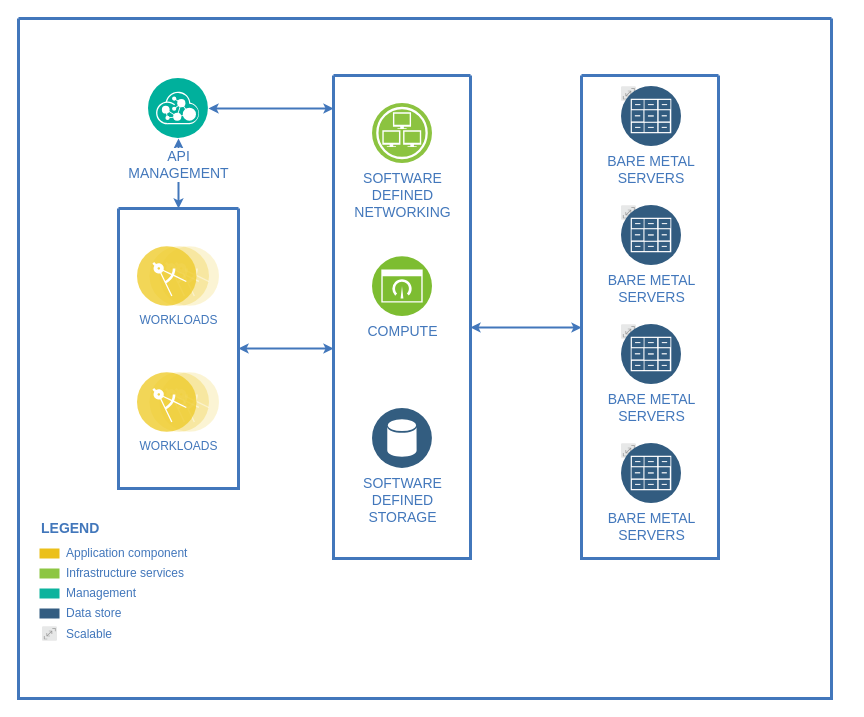
Earlier version of the draw.io diagram 标签系统.drawio (yigoC/test). Source tidied: cells renumbered, new cells numbered last; positions are measured from the earlier drawing's top-left corner, leaving out a move shared by most shapes. Both pictures are drawn from the tidied source at 100%, with x=0, y=0 at pixel (18, 18).
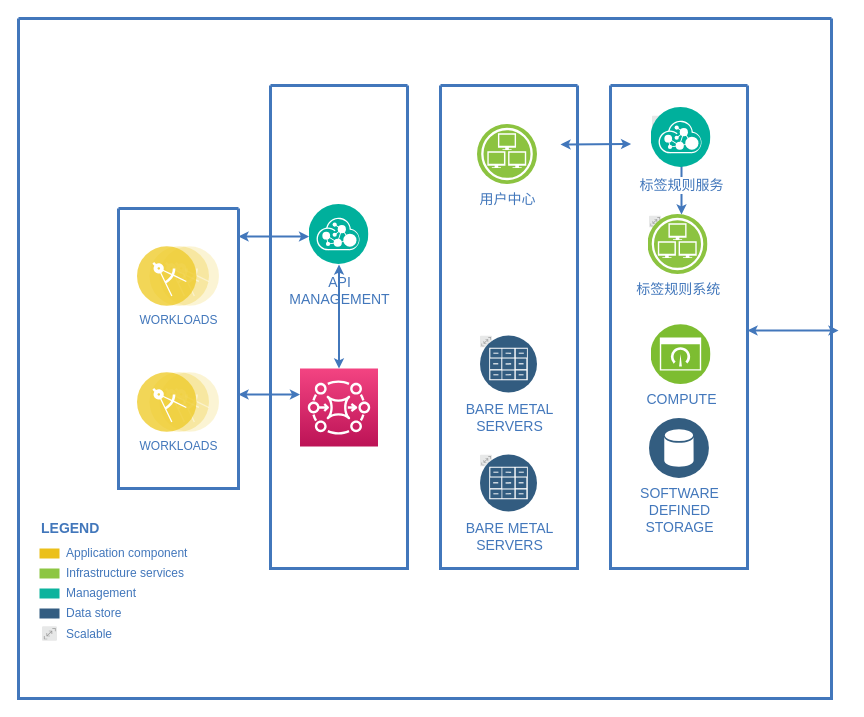
Above is the later version.

The change refers to these unchanged cells:
```xml
<mxCell id="2" style="swimlane;shadow=0;strokeColor=#4277BB;fillColor=#ffffff;fontColor=#4277BB;align=right;startSize=0;strokeWidth=3;" parent="1" vertex="1">
  <mxGeometry width="813" height="680" as="geometry" />
</mxCell>
<mxCell id="13" style="swimlane;shadow=0;strokeColor=#4277BB;fillColor=#ffffff;fontColor=#4277BB;align=right;startSize=0;strokeWidth=3;" parent="2" vertex="1">
  <mxGeometry x="100" y="190" width="120" height="280" as="geometry" />
</mxCell>
```

The edit, as a diff of the source:
```diff
@@
-    <mxCell id="3" style="edgeStyle=elbowEdgeStyle;rounded=0;elbow=vertical;html=1;labelBackgroundColor=#ffffff;startArrow=classic;startFill=1;startSize=4;endArrow=classic;endFill=1;endSize=4;jettySize=auto;strokeColor=#4277BB;strokeWidth=2;fontSize=14;fontColor=#4277BB;" parent="2" edge="1" source="12" target="16">
-      <mxGeometry relative="1" as="geometry" />
-    </mxCell>
-    <mxCell id="4" style="edgeStyle=elbowEdgeStyle;rounded=0;elbow=vertical;html=1;labelBackgroundColor=#ffffff;startArrow=classic;startFill=1;startSize=4;endArrow=classic;endFill=1;endSize=4;jettySize=auto;strokeColor=#4277BB;strokeWidth=2;fontSize=14;fontColor=#4277BB;" parent="2" edge="1" source="13" target="16">
-      <mxGeometry relative="1" as="geometry" />
+    <mxCell id="4" style="edgeStyle=elbowEdgeStyle;rounded=0;elbow=vertical;html=1;labelBackgroundColor=#ffffff;startArrow=classic;startFill=1;startSize=4;endArrow=classic;endFill=1;endSize=4;jettySize=auto;strokeColor=#4277BB;strokeWidth=2;fontSize=14;fontColor=#4277BB;" parent="2" edge="1" source="13" target="36">
+      <mxGeometry relative="1" as="geometry">
+        <Array as="points">
+          <mxPoint x="232" y="376" />
+        </Array>
+      </mxGeometry>
     </mxCell>
-    <mxCell id="5" style="edgeStyle=elbowEdgeStyle;rounded=0;elbow=vertical;html=1;entryX=0;entryY=0.522;entryPerimeter=0;labelBackgroundColor=#ffffff;startArrow=classic;startFill=1;startSize=4;endArrow=classic;endFill=1;endSize=4;jettySize=auto;strokeColor=#4277BB;strokeWidth=2;fontSize=14;fontColor=#4277BB;" parent="2" edge="1" source="16" target="20">
-      <mxGeometry relative="1" as="geometry" />
-    </mxCell>
@@
-    <mxCell id="12" value="API&lt;div&gt;MANAGEMENT&lt;/div&gt;" style="perimeter=ellipsePerimeter;html=1;align=center;shadow=0;dashed=0;image;image=img/lib/ibm/management/api_management.svg;rounded=1;labelBackgroundColor=#ffffff;strokeColor=#666666;strokeWidth=3;fillColor=#C2952D;gradientColor=none;fontSize=14;fontColor=#4277BB;spacingTop=3;" parent="2" vertex="1">
-      <mxGeometry x="130" y="60" width="60" height="60" as="geometry" />
-    </mxCell>
@@
-    <mxCell id="16" style="swimlane;shadow=0;strokeColor=#4277BB;fillColor=#ffffff;fontColor=#4277BB;align=right;startSize=0;strokeWidth=3;" parent="2" vertex="1">
-      <mxGeometry x="315" y="57" width="137" height="483" as="geometry" />
-    </mxCell>
-    <mxCell id="17" value="SOFTWARE&lt;div&gt;DEFINED&lt;/div&gt;&lt;div&gt;NETWORKING&lt;/div&gt;" style="perimeter=ellipsePerimeter;html=1;align=center;shadow=0;dashed=0;image;image=img/lib/ibm/infrastructure/infrastructure_services.svg;rounded=1;labelBackgroundColor=#ffffff;strokeColor=#666666;strokeWidth=3;fillColor=#C2952D;gradientColor=none;fontSize=14;fontColor=#4277BB;" parent="16" vertex="1">
-      <mxGeometry x="39" y="28" width="60" height="60" as="geometry" />
-    </mxCell>
-    <mxCell id="18" value="COMPUTE" style="perimeter=ellipsePerimeter;html=1;align=center;shadow=0;dashed=0;image;image=img/lib/ibm/infrastructure/dashboard.svg;rounded=1;labelBackgroundColor=#ffffff;strokeColor=#666666;strokeWidth=3;fillColor=#C2952D;gradientColor=none;fontSize=14;fontColor=#4277BB;" parent="16" vertex="1">
-      <mxGeometry x="39" y="181" width="60" height="60" as="geometry" />
-    </mxCell>
-    <mxCell id="19" value="SOFTWARE&lt;div&gt;DEFINED&lt;/div&gt;&lt;div&gt;STORAGE&lt;/div&gt;" style="perimeter=ellipsePerimeter;html=1;align=center;shadow=0;dashed=0;image;image=img/lib/ibm/data/data_services.svg;rounded=1;labelBackgroundColor=#ffffff;strokeColor=#666666;strokeWidth=3;fillColor=#C2952D;gradientColor=none;fontSize=14;fontColor=#4277BB;" parent="16" vertex="1">
-      <mxGeometry x="39" y="333" width="60" height="60" as="geometry" />
-    </mxCell>
     <mxCell id="20" style="swimlane;shadow=0;strokeColor=#4277BB;fillColor=#ffffff;fontColor=#4277BB;align=right;startSize=0;strokeWidth=3;" parent="2" vertex="1">
-      <mxGeometry x="563" y="57" width="137" height="483" as="geometry" />
+      <mxGeometry x="422" y="67" width="137" height="483" as="geometry" />
     </mxCell>
-    <mxCell id="21" value="BARE METAL&#10;SERVERS" style="group;fontSize=14;fontColor=#4277BB;labelPosition=center;verticalLabelPosition=bottom;align=center;verticalAlign=top;labelBackgroundColor=#ffffff;" parent="20" vertex="1">
-      <mxGeometry x="40" y="11" width="60" height="60" as="geometry" />
-    </mxCell>
-    <mxCell id="22" style="perimeter=ellipsePerimeter;html=1;align=center;shadow=0;dashed=0;image;image=img/lib/ibm/miscellaneous/scalable.svg;rounded=1;labelBackgroundColor=none;strokeColor=#666666;strokeWidth=3;fillColor=#C2952D;gradientColor=none;fontSize=14;fontColor=#4277BB;" parent="21" vertex="1">
-      <mxGeometry width="15" height="15" as="geometry" />
-    </mxCell>
-    <mxCell id="23" style="perimeter=ellipsePerimeter;html=1;align=center;shadow=0;dashed=0;image;image=img/lib/ibm/data/file_repository.svg;rounded=1;labelBackgroundColor=none;strokeColor=#666666;strokeWidth=3;fillColor=#C2952D;gradientColor=none;fontSize=14;fontColor=#4277BB;" parent="21" vertex="1">
-      <mxGeometry width="60" height="60" as="geometry" />
-    </mxCell>
-    <mxCell id="24" style="group;fontSize=14;fontColor=#4277BB;labelBackgroundColor=#ffffff;" parent="20" vertex="1">
-      <mxGeometry x="40" y="130" width="60" height="60" as="geometry" />
-    </mxCell>
-    <mxCell id="25" style="perimeter=ellipsePerimeter;html=1;align=center;shadow=0;dashed=0;image;image=img/lib/ibm/miscellaneous/scalable.svg;rounded=1;labelBackgroundColor=none;strokeColor=#666666;strokeWidth=3;fillColor=#C2952D;gradientColor=none;fontSize=14;fontColor=#4277BB;" parent="24" vertex="1">
-      <mxGeometry width="15" height="15" as="geometry" />
-    </mxCell>
-    <mxCell id="26" value="BARE METAL&lt;br&gt;SERVERS" style="perimeter=ellipsePerimeter;html=1;align=center;shadow=0;dashed=0;image;image=img/lib/ibm/data/file_repository.svg;rounded=1;labelBackgroundColor=none;strokeColor=#666666;strokeWidth=3;fillColor=#C2952D;gradientColor=none;fontSize=14;fontColor=#4277BB;" parent="24" vertex="1">
-      <mxGeometry width="60" height="60" as="geometry" />
-    </mxCell>
     <mxCell id="27" style="group;fontSize=14;fontColor=#4277BB;labelBackgroundColor=#ffffff;" parent="20" vertex="1">
-      <mxGeometry x="40" y="249" width="60" height="60" as="geometry" />
+      <mxGeometry x="40" y="249" width="57" height="60" as="geometry" />
     </mxCell>
     <mxCell id="28" style="perimeter=ellipsePerimeter;html=1;align=center;shadow=0;dashed=0;image;image=img/lib/ibm/miscellaneous/scalable.svg;rounded=1;labelBackgroundColor=none;strokeColor=#666666;strokeWidth=3;fillColor=#C2952D;gradientColor=none;fontSize=14;fontColor=#4277BB;" parent="27" vertex="1">
-      <mxGeometry width="15" height="15" as="geometry" />
+      <mxGeometry width="12" height="15" as="geometry" />
     </mxCell>
     <mxCell id="29" value="BARE METAL&lt;br&gt;SERVERS" style="perimeter=ellipsePerimeter;html=1;align=center;shadow=0;dashed=0;image;image=img/lib/ibm/data/file_repository.svg;rounded=1;labelBackgroundColor=none;strokeColor=#666666;strokeWidth=3;fillColor=#C2952D;gradientColor=none;fontSize=14;fontColor=#4277BB;" parent="27" vertex="1">
-      <mxGeometry width="60" height="60" as="geometry" />
+      <mxGeometry width="57" height="60" as="geometry" />
     </mxCell>
     <mxCell id="30" style="group;fontSize=14;fontColor=#4277BB;labelBackgroundColor=#ffffff;" parent="20" vertex="1">
-      <mxGeometry x="40" y="368" width="60" height="60" as="geometry" />
+      <mxGeometry x="40" y="368" width="57" height="60" as="geometry" />
     </mxCell>
     <mxCell id="31" style="perimeter=ellipsePerimeter;html=1;align=center;shadow=0;dashed=0;image;image=img/lib/ibm/miscellaneous/scalable.svg;rounded=1;labelBackgroundColor=none;strokeColor=#666666;strokeWidth=3;fillColor=#C2952D;gradientColor=none;fontSize=14;fontColor=#4277BB;" parent="30" vertex="1">
-      <mxGeometry width="15" height="15" as="geometry" />
+      <mxGeometry width="12" height="15" as="geometry" />
     </mxCell>
     <mxCell id="32" value="BARE METAL&lt;br&gt;SERVERS" style="perimeter=ellipsePerimeter;html=1;align=center;shadow=0;dashed=0;image;image=img/lib/ibm/data/file_repository.svg;rounded=1;labelBackgroundColor=none;strokeColor=#666666;strokeWidth=3;fillColor=#C2952D;gradientColor=none;fontSize=14;fontColor=#4277BB;" parent="30" vertex="1">
-      <mxGeometry width="60" height="60" as="geometry" />
+      <mxGeometry width="57" height="60" as="geometry" />
     </mxCell>
+    <mxCell id="34" value="用户中心" style="perimeter=ellipsePerimeter;html=1;align=center;shadow=0;dashed=0;image;image=img/lib/ibm/infrastructure/infrastructure_services.svg;rounded=1;labelBackgroundColor=#ffffff;strokeColor=#666666;strokeWidth=3;fillColor=#C2952D;gradientColor=none;fontSize=14;fontColor=#4277BB;" parent="20" vertex="1">
+      <mxGeometry x="37" y="39" width="60" height="60" as="geometry" />
+    </mxCell>
@@
+    <mxCell id="35" style="swimlane;shadow=0;strokeColor=#4277BB;fillColor=#ffffff;fontColor=#4277BB;align=right;startSize=0;strokeWidth=3;" parent="2" vertex="1">
+      <mxGeometry x="252" y="67" width="137" height="483" as="geometry" />
+    </mxCell>
+    <mxCell id="36" style="outlineConnect=0;fontColor=#232F3E;gradientColor=#F34482;gradientDirection=north;fillColor=#BC1356;strokeColor=#ffffff;dashed=0;verticalLabelPosition=bottom;verticalAlign=top;align=center;html=1;fontSize=12;fontStyle=0;shape=mxgraph.aws4.resourceIcon;resIcon=mxgraph.aws4.mq;" parent="35" vertex="1">
+      <mxGeometry x="29.5" y="283" width="78" height="78" as="geometry" />
+    </mxCell>
+    <mxCell id="12" value="API&lt;div&gt;MANAGEMENT&lt;/div&gt;" style="perimeter=ellipsePerimeter;html=1;align=center;shadow=0;dashed=0;image;image=img/lib/ibm/management/api_management.svg;rounded=1;labelBackgroundColor=#ffffff;strokeColor=#666666;strokeWidth=3;fillColor=#C2952D;gradientColor=none;fontSize=14;fontColor=#4277BB;spacingTop=3;" parent="35" vertex="1">
+      <mxGeometry x="38.5" y="119" width="60" height="60" as="geometry" />
+    </mxCell>
+    <mxCell id="3" style="edgeStyle=elbowEdgeStyle;rounded=0;elbow=vertical;html=1;labelBackgroundColor=#ffffff;startArrow=classic;startFill=1;startSize=4;endArrow=classic;endFill=1;endSize=4;jettySize=auto;strokeColor=#4277BB;strokeWidth=2;fontSize=14;fontColor=#4277BB;" parent="35" edge="1" source="12" target="36">
+      <mxGeometry relative="1" as="geometry" />
+    </mxCell>
+    <mxCell id="37" style="edgeStyle=elbowEdgeStyle;rounded=0;elbow=vertical;html=1;entryX=0;entryY=0.522;entryPerimeter=0;labelBackgroundColor=#ffffff;startArrow=classic;startFill=1;startSize=4;endArrow=classic;endFill=1;endSize=4;jettySize=auto;strokeColor=#4277BB;strokeWidth=2;fontSize=14;fontColor=#4277BB;" parent="2" edge="1" source="38">
+      <mxGeometry relative="1" as="geometry">
+        <mxPoint x="820" y="312.1" as="targetPoint" />
+      </mxGeometry>
+    </mxCell>
+    <mxCell id="38" style="swimlane;shadow=0;strokeColor=#4277BB;fillColor=#ffffff;fontColor=#4277BB;align=right;startSize=0;strokeWidth=3;" parent="2" vertex="1">
+      <mxGeometry x="592" y="67" width="137" height="483" as="geometry" />
+    </mxCell>
+    <mxCell id="18" value="COMPUTE" style="perimeter=ellipsePerimeter;html=1;align=center;shadow=0;dashed=0;image;image=img/lib/ibm/infrastructure/dashboard.svg;rounded=1;labelBackgroundColor=#ffffff;strokeColor=#666666;strokeWidth=3;fillColor=#C2952D;gradientColor=none;fontSize=14;fontColor=#4277BB;" parent="38" vertex="1">
+      <mxGeometry x="40.5" y="239" width="60" height="60" as="geometry" />
+    </mxCell>
+    <mxCell id="19" value="SOFTWARE&lt;div&gt;DEFINED&lt;/div&gt;&lt;div&gt;STORAGE&lt;/div&gt;" style="perimeter=ellipsePerimeter;html=1;align=center;shadow=0;dashed=0;image;image=img/lib/ibm/data/data_services.svg;rounded=1;labelBackgroundColor=#ffffff;strokeColor=#666666;strokeWidth=3;fillColor=#C2952D;gradientColor=none;fontSize=14;fontColor=#4277BB;" parent="38" vertex="1">
+      <mxGeometry x="39" y="333" width="60" height="60" as="geometry" />
+    </mxCell>
+    <mxCell id="39" value="标签规则系统" style="group;fontSize=14;fontColor=#4277BB;labelPosition=center;verticalLabelPosition=bottom;align=center;verticalAlign=top;labelBackgroundColor=#ffffff;" parent="38" vertex="1">
+      <mxGeometry x="39" y="129" width="58.5" height="60" as="geometry" />
+    </mxCell>
+    <mxCell id="40" style="perimeter=ellipsePerimeter;html=1;align=center;shadow=0;dashed=0;image;image=img/lib/ibm/miscellaneous/scalable.svg;rounded=1;labelBackgroundColor=none;strokeColor=#666666;strokeWidth=3;fillColor=#C2952D;gradientColor=none;fontSize=14;fontColor=#4277BB;" parent="39" vertex="1">
+      <mxGeometry width="12" height="15" as="geometry" />
+    </mxCell>
+    <mxCell id="41" style="perimeter=ellipsePerimeter;html=1;align=center;shadow=0;dashed=0;fontColor=#4277BB;labelBackgroundColor=#ffffff;fontSize=12;spacingTop=3;image;image=img/lib/ibm/infrastructure/infrastructure_services.svg;" parent="39" vertex="1">
+      <mxGeometry x="-1.5" width="60" height="60" as="geometry" />
+    </mxCell>
+    <mxCell id="42" style="edgeStyle=elbowEdgeStyle;rounded=0;elbow=vertical;html=1;labelBackgroundColor=#ffffff;startArrow=classic;startFill=1;startSize=4;endArrow=classic;endFill=1;endSize=4;jettySize=auto;strokeColor=#4277BB;strokeWidth=2;fontSize=14;fontColor=#4277BB;entryX=0.5;entryY=0;entryDx=0;entryDy=0;" parent="39" edge="1" target="45">
+      <mxGeometry relative="1" as="geometry">
+        <mxPoint x="32" as="sourcePoint" />
+      </mxGeometry>
+    </mxCell>
+    <mxCell id="43" style="group;fontSize=14;fontColor=#4277BB;labelBackgroundColor=#ffffff;" parent="38" vertex="1">
+      <mxGeometry x="42" y="29" width="58.5" height="60" as="geometry" />
+    </mxCell>
+    <mxCell id="44" style="perimeter=ellipsePerimeter;html=1;align=center;shadow=0;dashed=0;image;image=img/lib/ibm/miscellaneous/scalable.svg;rounded=1;labelBackgroundColor=none;strokeColor=#666666;strokeWidth=3;fillColor=#C2952D;gradientColor=none;fontSize=14;fontColor=#4277BB;" parent="43" vertex="1">
+      <mxGeometry width="12" height="15" as="geometry" />
+    </mxCell>
+    <mxCell id="45" value="标签规则服务" style="perimeter=ellipsePerimeter;html=1;align=center;shadow=0;dashed=0;image;image=img/lib/ibm/management/api_management.svg;rounded=1;labelBackgroundColor=#ffffff;strokeColor=#666666;strokeWidth=3;fillColor=#C2952D;gradientColor=none;fontSize=14;fontColor=#4277BB;spacingTop=3;" parent="43" vertex="1">
+      <mxGeometry x="-1.5" y="-7" width="60" height="60" as="geometry" />
+    </mxCell>
+    <mxCell id="46" style="edgeStyle=elbowEdgeStyle;rounded=0;elbow=vertical;html=1;labelBackgroundColor=#ffffff;startArrow=classic;startFill=1;startSize=4;endArrow=classic;endFill=1;endSize=4;jettySize=auto;orthogonalLoop=1;strokeColor=#4277BB;strokeWidth=2;fontSize=14;fontColor=#4277BB;" parent="1" edge="1">
+      <mxGeometry relative="1" as="geometry">
+        <mxPoint x="612.6" y="125.5" as="sourcePoint" />
+        <mxPoint x="542" y="125.5" as="targetPoint" />
+      </mxGeometry>
+    </mxCell>
```
